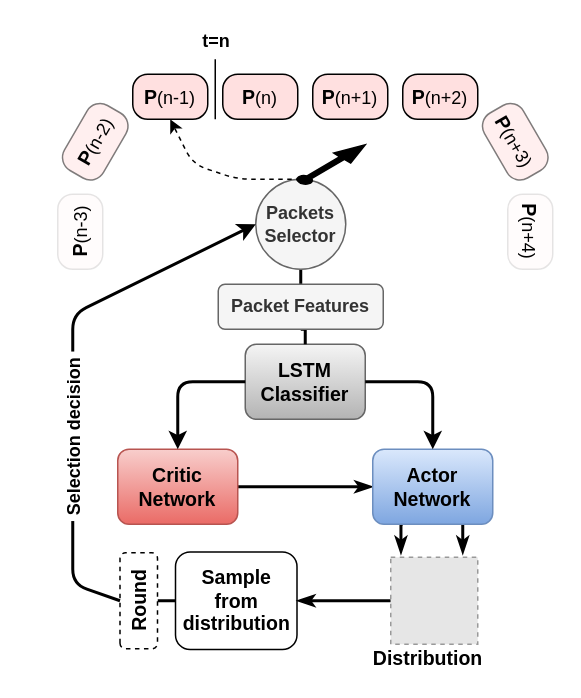
Before: paper_rl/img/rnn-sampling.drawio in binh04032003/adversarial-recurrent-ids, a draw.io diagram. Source tidied: cells renumbered, new cells numbered last; positions are measured from the earlier drawing's top-left corner, leaving out a move shared by most shapes. Both pictures are drawn from the tidied source at 150%, with x=0, y=0 at pixel (42, 26). Pictures stored in the file or linked from it are replaced by grey dashed boxes.
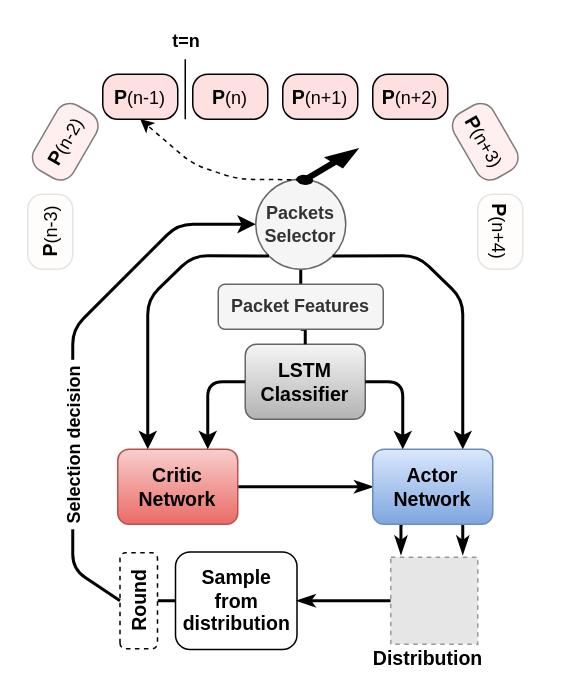
The same page after the edit.

Commit message (it also covers changes not shown here):
edit sampling strategies and framework figure

The change refers to these unchanged cells:
```xml
<mxCell id="3" value="&lt;div style=&quot;font-size: 13px&quot;&gt;&lt;b&gt;&lt;font style=&quot;font-size: 13px&quot;&gt;Critic&lt;/font&gt;&lt;/b&gt;&lt;/div&gt;&lt;div style=&quot;font-size: 13px&quot;&gt;&lt;b&gt;&lt;font style=&quot;font-size: 13px&quot;&gt;Network&lt;br&gt;&lt;/font&gt;&lt;/b&gt;&lt;/div&gt;" style="rounded=1;whiteSpace=wrap;html=1;gradientColor=#ea6b66;fillColor=#f8cecc;strokeColor=#b85450;" parent="1" vertex="1">
  <mxGeometry x="50" y="282" width="80" height="50" as="geometry" />
</mxCell>
<mxCell id="6" value="&lt;div&gt;&lt;b&gt;&lt;font style=&quot;font-size: 13px&quot;&gt;Actor&lt;/font&gt;&lt;/b&gt;&lt;/div&gt;&lt;div&gt;&lt;b&gt;&lt;font style=&quot;font-size: 13px&quot;&gt;Network&lt;/font&gt;&lt;/b&gt;&lt;/div&gt;" style="rounded=1;whiteSpace=wrap;html=1;gradientColor=#7ea6e0;fillColor=#dae8fc;strokeColor=#6c8ebf;" parent="1" vertex="1">
  <mxGeometry x="220" y="282" width="80" height="50" as="geometry" />
</mxCell>
<mxCell id="7" value="&lt;div style=&quot;font-size: 13px&quot;&gt;&lt;b&gt;&lt;font style=&quot;font-size: 13px&quot;&gt;LSTM&lt;/font&gt;&lt;/b&gt;&lt;/div&gt;&lt;div style=&quot;font-size: 13px&quot;&gt;&lt;b&gt;&lt;font style=&quot;font-size: 13px&quot;&gt;Classifier&lt;/font&gt;&lt;/b&gt;&lt;/div&gt;" style="rounded=1;whiteSpace=wrap;html=1;gradientColor=#b3b3b3;fillColor=#f5f5f5;strokeColor=#666666;" parent="1" vertex="1">
  <mxGeometry x="135" y="212" width="80" height="50" as="geometry" />
</mxCell>
<mxCell id="17" value="&lt;div&gt;&lt;b&gt;Packets&lt;br&gt;&lt;/b&gt;&lt;/div&gt;&lt;div&gt;&lt;b&gt;Selector&lt;/b&gt;&lt;/div&gt;" style="ellipse;whiteSpace=wrap;html=1;fillColor=#f5f5f5;strokeColor=#666666;fontColor=#333333;" parent="1" vertex="1">
  <mxGeometry x="142" y="102" width="60" height="60" as="geometry" />
</mxCell>
<mxCell id="21" value="&lt;font style=&quot;font-size: 13px&quot;&gt;&lt;b&gt;Round&lt;/b&gt;&lt;/font&gt;" style="rounded=1;whiteSpace=wrap;html=1;rotation=-90;dashed=1;" parent="1" vertex="1">
  <mxGeometry x="32" y="370.5" width="64" height="25" as="geometry" />
</mxCell>
```

The edit, as a diff of the source:
```diff
@@
     <mxCell id="8" value="&lt;b&gt;&lt;font style=&quot;font-size: 13px&quot;&gt;P&lt;/font&gt;&lt;/b&gt;(n-1)" style="html=1;outlineConnect=0;whiteSpace=wrap;fillColor=#FFE0E0;shape=mxgraph.archimate3.application;archiType=rounded;" parent="1" vertex="1">
-      <mxGeometry x="60" y="32" width="50" height="30" as="geometry" />
+      <mxGeometry x="40" y="32" width="50" height="30" as="geometry" />
     </mxCell>
     <mxCell id="9" value="&lt;b&gt;&lt;font style=&quot;font-size: 13px&quot;&gt;P&lt;/font&gt;&lt;/b&gt;(n+1)" style="html=1;whiteSpace=wrap;fillColor=#FFE0E0;shape=mxgraph.archimate3.application;archiType=rounded;" parent="1" vertex="1">
-      <mxGeometry x="180" y="32" width="50" height="30" as="geometry" />
+      <mxGeometry x="160" y="32" width="50" height="30" as="geometry" />
     </mxCell>
     <mxCell id="10" value="&lt;b&gt;&lt;font style=&quot;font-size: 13px&quot;&gt;P&lt;/font&gt;&lt;/b&gt;(n+2)" style="html=1;whiteSpace=wrap;fillColor=#FFE0E0;shape=mxgraph.archimate3.application;archiType=rounded;" parent="1" vertex="1">
-      <mxGeometry x="240" y="32" width="50" height="30" as="geometry" />
+      <mxGeometry x="220" y="32" width="50" height="30" as="geometry" />
     </mxCell>
     <mxCell id="11" value="&lt;b&gt;&lt;font style=&quot;font-size: 13px&quot;&gt;P&lt;/font&gt;&lt;/b&gt;(n)" style="html=1;whiteSpace=wrap;fillColor=#FFE0E0;shape=mxgraph.archimate3.application;archiType=rounded;" parent="1" vertex="1">
-      <mxGeometry x="120" y="32" width="50" height="30" as="geometry" />
+      <mxGeometry x="100" y="32" width="50" height="30" as="geometry" />
     </mxCell>
     <mxCell id="12" value="&lt;b&gt;&lt;font style=&quot;font-size: 13px&quot;&gt;P&lt;/font&gt;&lt;/b&gt;(n-2)" style="html=1;whiteSpace=wrap;fillColor=#FFE0E0;shape=mxgraph.archimate3.application;archiType=rounded;opacity=50;rotation=-60;" parent="1" vertex="1">
-      <mxGeometry x="10" y="62" width="50" height="30" as="geometry" />
+      <mxGeometry x="-10" y="62" width="50" height="30" as="geometry" />
     </mxCell>
     <mxCell id="13" value="&lt;b&gt;&lt;font style=&quot;font-size: 13px&quot;&gt;P&lt;/font&gt;&lt;/b&gt;(n-3)" style="html=1;whiteSpace=wrap;fillColor=#FFE0E0;shape=mxgraph.archimate3.application;archiType=rounded;opacity=10;rotation=-90;" parent="1" vertex="1">
-      <mxGeometry y="122" width="50" height="30" as="geometry" />
+      <mxGeometry x="-20" y="122" width="50" height="30" as="geometry" />
     </mxCell>
     <mxCell id="14" value="&lt;b&gt;&lt;font style=&quot;font-size: 13px&quot;&gt;P&lt;/font&gt;&lt;/b&gt;(n+3)" style="html=1;whiteSpace=wrap;fillColor=#FFE0E0;shape=mxgraph.archimate3.application;archiType=rounded;opacity=50;rotation=60;" parent="1" vertex="1">
-      <mxGeometry x="290" y="62" width="50" height="30" as="geometry" />
+      <mxGeometry x="270" y="62" width="50" height="30" as="geometry" />
     </mxCell>
     <mxCell id="15" value="&lt;b&gt;&lt;font style=&quot;font-size: 13px&quot;&gt;P&lt;/font&gt;&lt;/b&gt;(n+4)" style="html=1;whiteSpace=wrap;fillColor=#FFE0E0;shape=mxgraph.archimate3.application;archiType=rounded;opacity=10;rotation=90;" parent="1" vertex="1">
-      <mxGeometry x="300" y="122" width="50" height="30" as="geometry" />
+      <mxGeometry x="280" y="122" width="50" height="30" as="geometry" />
     </mxCell>
@@
     <mxCell id="22" style="verticalLabelPosition=bottom;html=1;verticalAlign=top;strokeWidth=1;align=center;outlineConnect=0;dashed=0;outlineConnect=0;shape=mxgraph.aws3d.arrowNE;fillColor=#000000;" parent="1" vertex="1">
-      <mxGeometry x="169.5" y="79" width="45.5" height="26" as="geometry" />
+      <mxGeometry x="169.5" y="82" width="40.2" height="23" as="geometry" />
     </mxCell>
     <mxCell id="23" style="endArrow=none;html=1;" parent="1" edge="1">
       <mxGeometry relative="1" as="geometry">
-        <mxPoint x="115" y="62" as="sourcePoint" />
-        <mxPoint x="115" y="22" as="targetPoint" />
+        <mxPoint x="95" y="62" as="sourcePoint" />
+        <mxPoint x="95" y="22" as="targetPoint" />
       </mxGeometry>
     </mxCell>
     <mxCell id="24" style="endArrow=classic;html=1;entryX=0;entryY=0.5;entryDx=0;entryDy=0;strokeWidth=2;exitX=0.5;exitY=0;exitDx=0;exitDy=0;" parent="1" edge="1" source="21" target="17">
       <mxGeometry relative="1" as="geometry">
         <Array as="points">
-          <mxPoint x="20" y="372" />
-          <mxPoint x="20" y="192" />
+          <mxPoint x="20" y="362" />
+          <mxPoint x="20" y="202" />
+          <mxPoint x="90" y="132" />
         </Array>
       </mxGeometry>
     </mxCell>
     <mxCell id="25" value="&lt;b&gt;&amp;nbsp;Selection decision&amp;nbsp; &lt;br&gt;&lt;/b&gt;" style="text;html=1;align=center;verticalAlign=middle;labelBackgroundColor=#ffffff;rotation=-90;" parent="24" vertex="1">
       <mxGeometry x="0.03" y="-1" relative="1" as="geometry">
-        <mxPoint y="50" as="offset" />
+        <mxPoint y="61" as="offset" />
       </mxGeometry>
     </mxCell>
     <mxCell id="26" value="&lt;b&gt;t=n&lt;/b&gt;" style="text;html=1;strokeColor=none;fillColor=none;align=center;verticalAlign=middle;whiteSpace=wrap;rounded=0;opacity=60;" parent="1" vertex="1">
-      <mxGeometry x="96" width="40" height="20" as="geometry" />
+      <mxGeometry x="76" width="40" height="20" as="geometry" />
     </mxCell>
-    <mxCell id="27" style="endArrow=classic;html=1;exitX=0;exitY=0.5;exitDx=0;exitDy=0;entryX=0.5;entryY=0;entryDx=0;entryDy=0;strokeWidth=2;" parent="1" edge="1" source="7" target="3">
+    <mxCell id="27" style="endArrow=classic;html=1;exitX=0;exitY=0.5;exitDx=0;exitDy=0;entryX=0.75;entryY=0;entryDx=0;entryDy=0;strokeWidth=2;" parent="1" edge="1" source="7" target="3">
       <mxGeometry relative="1" as="geometry">
         <Array as="points">
-          <mxPoint x="90" y="237" />
+          <mxPoint x="110" y="237" />
         </Array>
       </mxGeometry>
     </mxCell>
-    <mxCell id="28" style="endArrow=classic;html=1;exitX=1;exitY=0.5;exitDx=0;exitDy=0;entryX=0.5;entryY=0;entryDx=0;entryDy=0;strokeWidth=2;" parent="1" edge="1" source="7" target="6">
+    <mxCell id="28" style="endArrow=classic;html=1;exitX=1;exitY=0.5;exitDx=0;exitDy=0;entryX=0.25;entryY=0;entryDx=0;entryDy=0;strokeWidth=2;" parent="1" edge="1" source="7" target="6">
       <mxGeometry relative="1" as="geometry">
         <Array as="points">
-          <mxPoint x="260" y="237" />
+          <mxPoint x="240" y="237" />
         </Array>
       </mxGeometry>
     </mxCell>
@@
+    <mxCell id="34" style="endArrow=classic;html=1;strokeWidth=2;exitX=0;exitY=1;exitDx=0;exitDy=0;entryX=0.25;entryY=0;entryDx=0;entryDy=0;" parent="1" edge="1" source="17" target="3">
+      <mxGeometry relative="1" as="geometry">
+        <Array as="points">
+          <mxPoint x="100" y="153" />
+          <mxPoint x="70" y="182" />
+        </Array>
+      </mxGeometry>
+    </mxCell>
+    <mxCell id="35" style="endArrow=classic;html=1;strokeWidth=2;exitX=1;exitY=1;exitDx=0;exitDy=0;entryX=0.75;entryY=0;entryDx=0;entryDy=0;" parent="1" edge="1" source="17" target="6">
+      <mxGeometry relative="1" as="geometry">
+        <Array as="points">
+          <mxPoint x="250" y="153" />
+          <mxPoint x="280" y="182" />
+        </Array>
+      </mxGeometry>
+    </mxCell>
```
